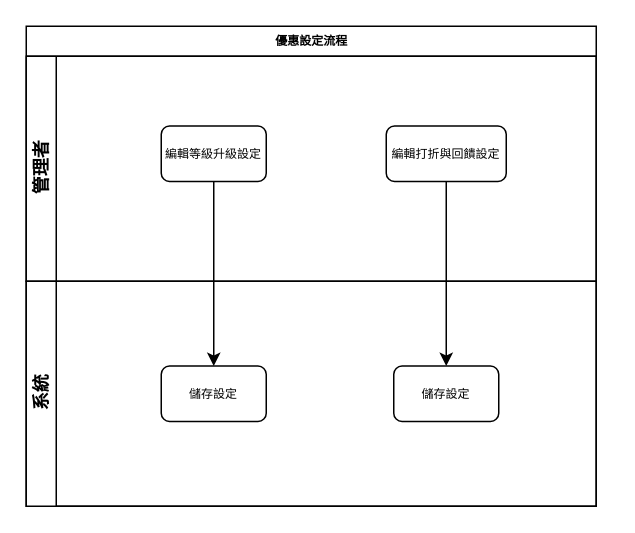
The draw.io diagram page "優惠設定流程" (5 of 8) of 系統規劃/購物網系統流程.drawio in Shenyoyo/ShoppingWeb, before the edit. Source tidied: cells renumbered, new cells numbered last; positions are measured from the earlier drawing's top-left corner, leaving out a move shared by most shapes. Both pictures are drawn from the tidied source at 150%, with x=0, y=0 at pixel (26, 26).
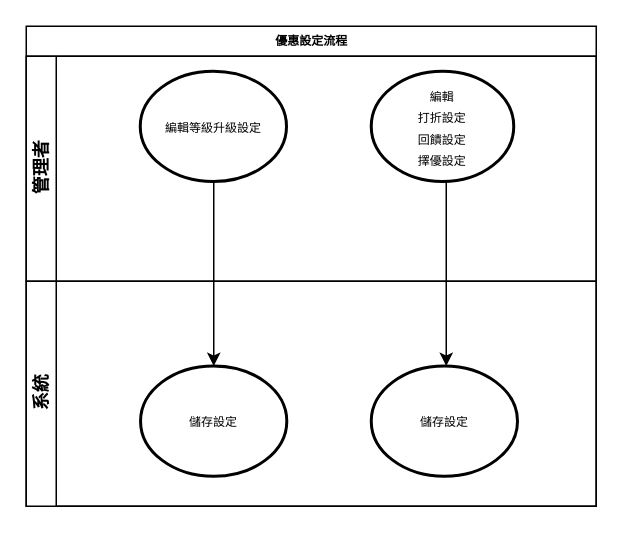
The same page after the edit.

What changed in the source:
```diff
@@
 <mxGraphModel>
   <root>
     <mxCell id="0" />
     <mxCell id="1" parent="0" />
     <mxCell id="2" value="優惠設定流程" style="swimlane;html=1;horizontal=1;startSize=20;rounded=0;shadow=0;labelBackgroundColor=none;strokeWidth=1;fontFamily=Verdana;fontSize=8;align=center;" parent="1" vertex="1">
       <mxGeometry width="380" height="320" as="geometry" />
     </mxCell>
+    <mxCell id="6" style="edgeStyle=orthogonalEdgeStyle;rounded=0;jettySize=auto;html=1;exitX=1;exitY=0;exitDx=0;exitDy=0;entryX=1;entryY=1;entryDx=0;entryDy=0;" parent="2" edge="1" source="7" target="3">
+      <mxGeometry relative="1" as="geometry" />
+    </mxCell>
     <mxCell id="3" value="管理者" style="swimlane;html=1;startSize=20;horizontal=0;" parent="2" vertex="1">
       <mxGeometry y="20" width="380" height="150" as="geometry" />
     </mxCell>
+    <mxCell id="12" value="&lt;span style=&quot;font-family: &amp;#34;verdana&amp;#34; ; font-size: 8px&quot;&gt;編輯&lt;/span&gt;&lt;br style=&quot;font-family: &amp;#34;verdana&amp;#34; ; font-size: 8px&quot;&gt;&lt;span style=&quot;font-family: &amp;#34;verdana&amp;#34; ; font-size: 8px&quot;&gt;打折設定&lt;/span&gt;&lt;br style=&quot;font-family: &amp;#34;verdana&amp;#34; ; font-size: 8px&quot;&gt;&lt;span style=&quot;font-family: &amp;#34;verdana&amp;#34; ; font-size: 8px&quot;&gt;回饋設定&lt;/span&gt;&lt;br style=&quot;font-family: &amp;#34;verdana&amp;#34; ; font-size: 8px&quot;&gt;&lt;span style=&quot;font-family: &amp;#34;verdana&amp;#34; ; font-size: 8px&quot;&gt;擇優設定&lt;/span&gt;" style="strokeWidth=2;html=1;shape=mxgraph.flowchart.start_1;whiteSpace=wrap;" parent="3" vertex="1">
+      <mxGeometry x="230" y="10" width="95" height="73.5" as="geometry" />
+    </mxCell>
-    <mxCell id="4" value="編輯等級升級設定" style="rounded=1;whiteSpace=wrap;html=1;shadow=0;labelBackgroundColor=none;strokeWidth=1;fontFamily=Verdana;fontSize=8;align=center;" parent="3" vertex="1">
-      <mxGeometry x="90" y="46.5" width="70" height="37" as="geometry" />
+    <mxCell id="4" value="&lt;span style=&quot;font-family: &amp;#34;verdana&amp;#34; ; font-size: 8px&quot;&gt;編輯等級升級設定&lt;/span&gt;" style="strokeWidth=2;html=1;shape=mxgraph.flowchart.start_1;whiteSpace=wrap;" parent="3" vertex="1">
+      <mxGeometry x="76" y="10" width="97.5" height="73.5" as="geometry" />
     </mxCell>
-    <mxCell id="5" value="編輯打折與回饋設定" style="rounded=1;whiteSpace=wrap;html=1;shadow=0;labelBackgroundColor=none;strokeWidth=1;fontFamily=Verdana;fontSize=8;align=center;" parent="3" vertex="1">
-      <mxGeometry x="240" y="46.5" width="80" height="37" as="geometry" />
-    </mxCell>
-    <mxCell id="6" style="edgeStyle=orthogonalEdgeStyle;rounded=0;jettySize=auto;html=1;exitX=1;exitY=0;exitDx=0;exitDy=0;entryX=1;entryY=1;entryDx=0;entryDy=0;" parent="2" edge="1" source="7" target="3">
-      <mxGeometry relative="1" as="geometry" />
-    </mxCell>
     <mxCell id="7" value="系統" style="swimlane;html=1;startSize=20;horizontal=0;" parent="2" vertex="1">
       <mxGeometry y="170" width="380" height="150" as="geometry" />
     </mxCell>
-    <mxCell id="8" value="儲存設定" style="rounded=1;whiteSpace=wrap;html=1;shadow=0;labelBackgroundColor=none;strokeWidth=1;fontFamily=Verdana;fontSize=8;align=center;" parent="7" vertex="1">
-      <mxGeometry x="90" y="56.5" width="70" height="37" as="geometry" />
-    </mxCell>
-    <mxCell id="9" value="儲存設定" style="rounded=1;whiteSpace=wrap;html=1;shadow=0;labelBackgroundColor=none;strokeWidth=1;fontFamily=Verdana;fontSize=8;align=center;" parent="7" vertex="1">
-      <mxGeometry x="245" y="56.5" width="70" height="37" as="geometry" />
-    </mxCell>
+    <mxCell id="13" value="&lt;span style=&quot;font-family: &amp;#34;verdana&amp;#34; ; font-size: 8px&quot;&gt;儲存設定&lt;/span&gt;" style="strokeWidth=2;html=1;shape=mxgraph.flowchart.start_1;whiteSpace=wrap;" parent="7" vertex="1">
+      <mxGeometry x="76.2" y="56.5" width="97.5" height="73.5" as="geometry" />
+    </mxCell>
+    <mxCell id="14" value="&lt;span style=&quot;font-family: &amp;#34;verdana&amp;#34; ; font-size: 8px&quot;&gt;儲存設定&lt;/span&gt;" style="strokeWidth=2;html=1;shape=mxgraph.flowchart.start_1;whiteSpace=wrap;" parent="7" vertex="1">
+      <mxGeometry x="230" y="56.5" width="97.5" height="73.5" as="geometry" />
+    </mxCell>
-    <mxCell id="10" style="edgeStyle=orthogonalEdgeStyle;rounded=0;jettySize=auto;html=1;entryX=0.5;entryY=0;entryDx=0;entryDy=0;" parent="2" edge="1" source="4" target="8">
-      <mxGeometry relative="1" as="geometry" />
+    <mxCell id="10" style="edgeStyle=orthogonalEdgeStyle;rounded=0;orthogonalLoop=1;jettySize=auto;html=1;entryX=0.5;entryY=0;entryDx=0;entryDy=0;" parent="2" edge="1">
+      <mxGeometry relative="1" as="geometry">
+        <mxPoint x="125" y="103.5" as="sourcePoint" />
+        <mxPoint x="125" y="226.5" as="targetPoint" />
+      </mxGeometry>
     </mxCell>
-    <mxCell id="11" style="edgeStyle=orthogonalEdgeStyle;rounded=0;jettySize=auto;html=1;entryX=0.5;entryY=0;entryDx=0;entryDy=0;" parent="2" edge="1" source="5" target="9">
-      <mxGeometry relative="1" as="geometry" />
+    <mxCell id="11" style="edgeStyle=orthogonalEdgeStyle;rounded=0;orthogonalLoop=1;jettySize=auto;html=1;entryX=0.5;entryY=0;entryDx=0;entryDy=0;" parent="2" edge="1">
+      <mxGeometry relative="1" as="geometry">
+        <mxPoint x="280" y="103.5" as="sourcePoint" />
+        <mxPoint x="280" y="226.5" as="targetPoint" />
+      </mxGeometry>
     </mxCell>
   </root>
 </mxGraphModel>
```
